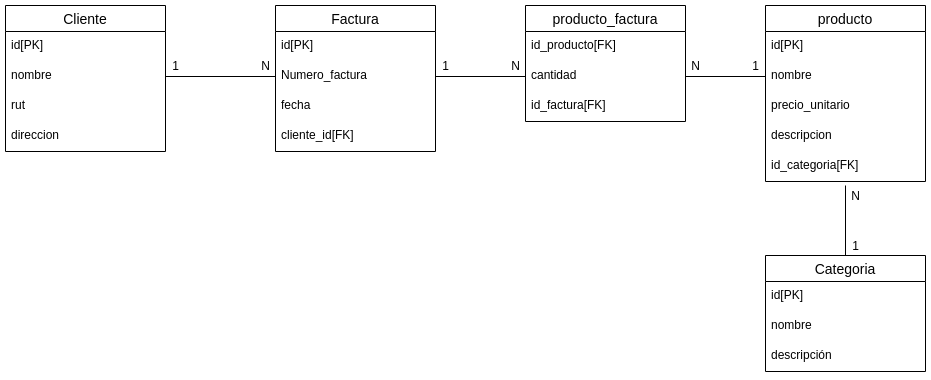
Earlier version of the draw.io export Modelo logico prueba.png (Andres-Carvallo/Prueba_SQL). Source tidied: cells renumbered, new cells last; positions are measured from the earlier drawing's top-left corner, leaving out a move shared by most shapes.
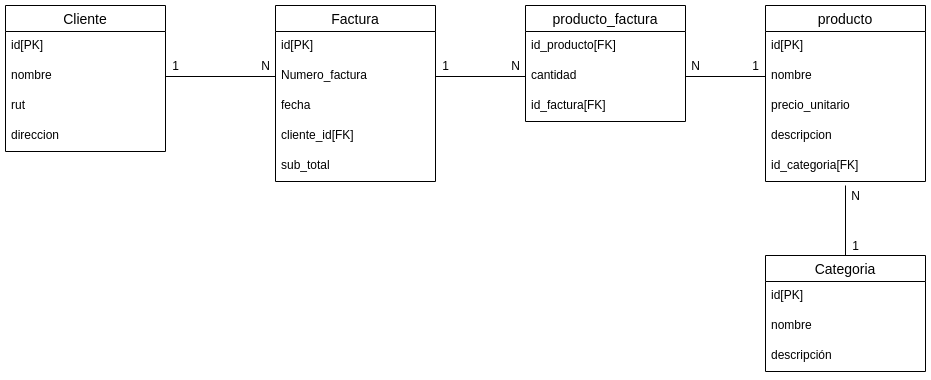
Later version of the same file.

The edit, as a diff of the source:
```diff
@@ -47,7 +47,7 @@
       <mxGeometry y="146" width="160" height="30" as="geometry" />
     </mxCell>
     <mxCell id="16" value="Factura" style="swimlane;fontStyle=0;horizontal=1;startSize=26;align=center;fontSize=14;" parent="1" vertex="1">
-      <mxGeometry x="270" width="160" height="146" as="geometry" />
+      <mxGeometry x="270" width="160" height="176" as="geometry" />
     </mxCell>
     <mxCell id="17" value="id[PK]" style="text;strokeColor=none;fillColor=none;spacingLeft=4;spacingRight=4;overflow=hidden;fontSize=12;" parent="16" vertex="1">
       <mxGeometry y="26" width="160" height="30" as="geometry" />
@@ -61,6 +61,9 @@
     <mxCell id="20" value="cliente_id[FK]" style="text;strokeColor=none;fillColor=none;spacingLeft=4;spacingRight=4;overflow=hidden;fontSize=12;" parent="16" vertex="1">
       <mxGeometry y="116" width="160" height="30" as="geometry" />
     </mxCell>
+    <mxCell id="38" value="sub_total" style="text;strokeColor=none;fillColor=none;spacingLeft=4;spacingRight=4;overflow=hidden;fontSize=12;" parent="16" vertex="1">
+      <mxGeometry y="146" width="160" height="30" as="geometry" />
+    </mxCell>
     <mxCell id="21" value="producto_factura" style="swimlane;fontStyle=0;horizontal=1;startSize=26;align=center;fontSize=14;" parent="1" vertex="1">
       <mxGeometry x="520" width="160" height="116" as="geometry" />
     </mxCell>
```
